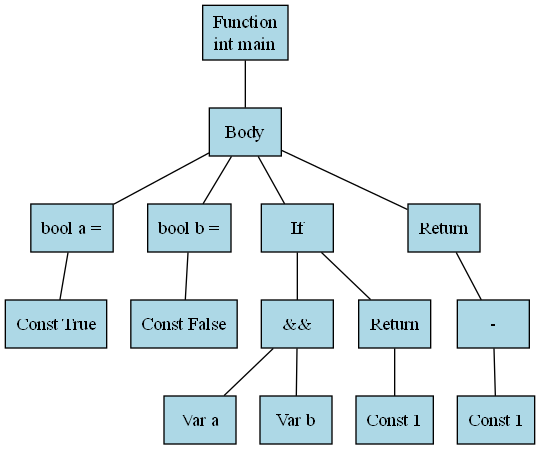
The Graphviz diagram ast.png in MiguelCano-ia/mini-c-plusplus, before a commit. Its source is kept beside it as ast.dot.
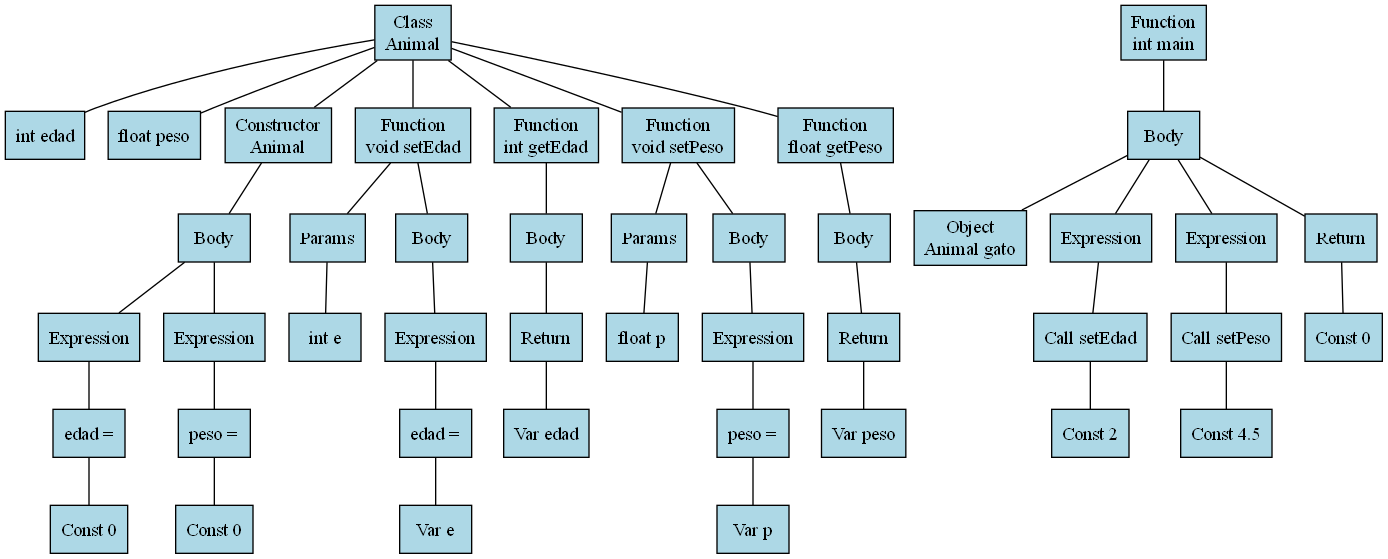
After the change.

The edit, as a diff of the source:
```diff
@@ -1,34 +1,98 @@
 digraph ast {
 	node [fillcolor=lightblue font=bold fontcolor=black shape=box style=filled]
 	edge [arrowhead=none color=black]
-	n1 [label="Function
+	n1 [label="Class
+Animal"]
+	n2 [label="int edad"]
+	n1 -> n2
+	n3 [label="float peso"]
+	n1 -> n3
+	n4 [label="Constructor
+Animal"]
+	n4 -> n6
+	n6 [label=Body]
+	n7 [label=Expression]
+	n8 [label="edad ="]
+	n9 [label="Const 0"]
+	n8 -> n9
+	n7 -> n8
+	n6 -> n7
+	n10 [label=Expression]
+	n11 [label="peso ="]
+	n12 [label="Const 0"]
+	n11 -> n12
+	n10 -> n11
+	n6 -> n10
+	n1 -> n4
+	n13 [label="Function
+void setEdad"]
+	n14 [label=Params]
+	n16 [label="int e"]
+	n14 -> n16
+	n13 -> n14
+	n13 -> n15
+	n15 [label=Body]
+	n17 [label=Expression]
+	n18 [label="edad ="]
+	n19 [label="Var e"]
+	n18 -> n19
+	n17 -> n18
+	n15 -> n17
+	n1 -> n13
+	n20 [label="Function
+int getEdad"]
+	n20 -> n22
+	n22 [label=Body]
+	n23 [label=Return]
+	n24 [label="Var edad"]
+	n23 -> n24
+	n22 -> n23
+	n1 -> n20
+	n25 [label="Function
+void setPeso"]
+	n26 [label=Params]
+	n28 [label="float p"]
+	n26 -> n28
+	n25 -> n26
+	n25 -> n27
+	n27 [label=Body]
+	n29 [label=Expression]
+	n30 [label="peso ="]
+	n31 [label="Var p"]
+	n30 -> n31
+	n29 -> n30
+	n27 -> n29
+	n1 -> n25
+	n32 [label="Function
+float getPeso"]
+	n32 -> n34
+	n34 [label=Body]
+	n35 [label=Return]
+	n36 [label="Var peso"]
+	n35 -> n36
+	n34 -> n35
+	n1 -> n32
+	n37 [label="Function
 int main"]
-	n1 -> n3
-	n3 [label=Body]
-	n4 [label="bool a ="]
-	n5 [label="Const True"]
-	n4 -> n5
-	n3 -> n4
-	n6 [label="bool b ="]
-	n7 [label="Const False"]
-	n6 -> n7
-	n3 -> n6
-	n8 [label=If]
-	n9 [label="&&"]
-	n10 [label="Var a"]
-	n11 [label="Var b"]
-	n9 -> n10
-	n9 -> n11
-	n8 -> n9
-	n12 [label=Return]
-	n13 [label="Const 1"]
-	n12 -> n13
-	n8 -> n12
-	n3 -> n8
-	n14 [label=Return]
-	n15 [label="-"]
-	n16 [label="Const 1"]
-	n15 -> n16
-	n14 -> n15
-	n3 -> n14
+	n37 -> n39
+	n39 [label=Body]
+	n40 [label="Object
+Animal gato"]
+	n39 -> n40
+	n41 [label=Expression]
+	n42 [label="Call setEdad"]
+	n43 [label="Const 2"]
+	n42 -> n43
+	n41 -> n42
+	n39 -> n41
+	n44 [label=Expression]
+	n45 [label="Call setPeso"]
+	n46 [label="Const 4.5"]
+	n45 -> n46
+	n44 -> n45
+	n39 -> n44
+	n47 [label=Return]
+	n48 [label="Const 0"]
+	n47 -> n48
+	n39 -> n47
 }
```
